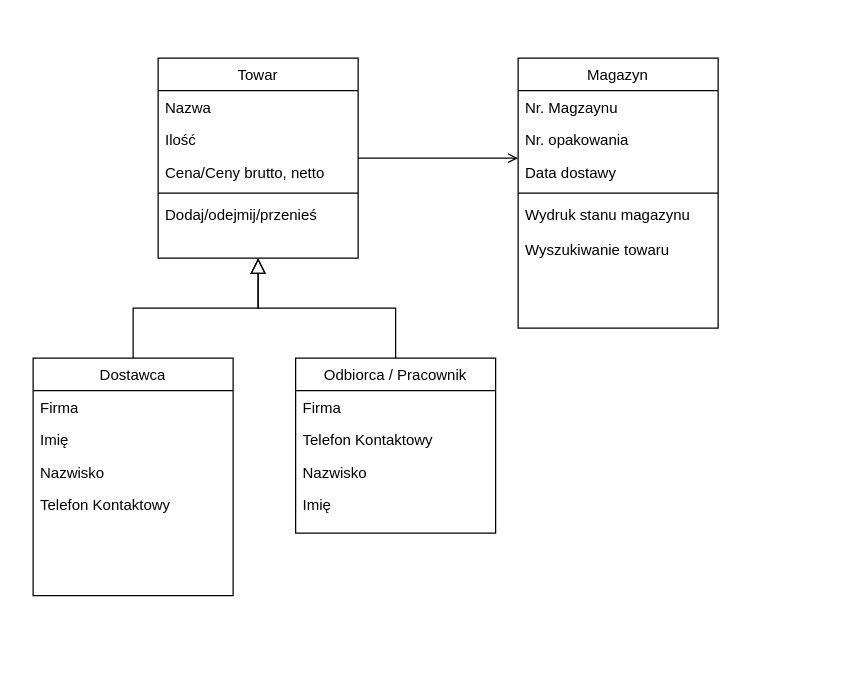
Above: Doc/Diagram.drawio in Buczixo/MagazineManagmentProject (draw.io), before the change. Source tidied: cells renumbered, new cells numbered last; positions are measured from the earlier drawing's top-left corner, leaving out a move shared by most shapes. Both pictures are drawn from the tidied source at 125%, with x=0, y=0 at pixel (32, 58).
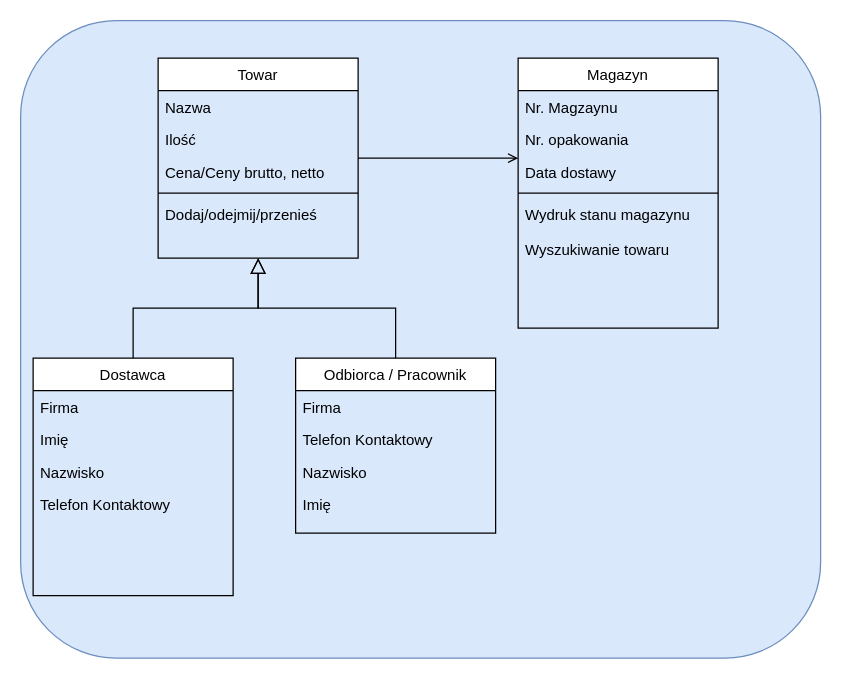
Above is the later version.

Diff of the diagram source:
```diff
@@
+    <mxCell id="28" style="rounded=1;whiteSpace=wrap;html=1;fontSize=9;fillColor=#dae8fc;strokeColor=#6c8ebf;" parent="1" vertex="1">
+      <mxGeometry x="-10" y="-30" width="640" height="510" as="geometry" />
+    </mxCell>
```
